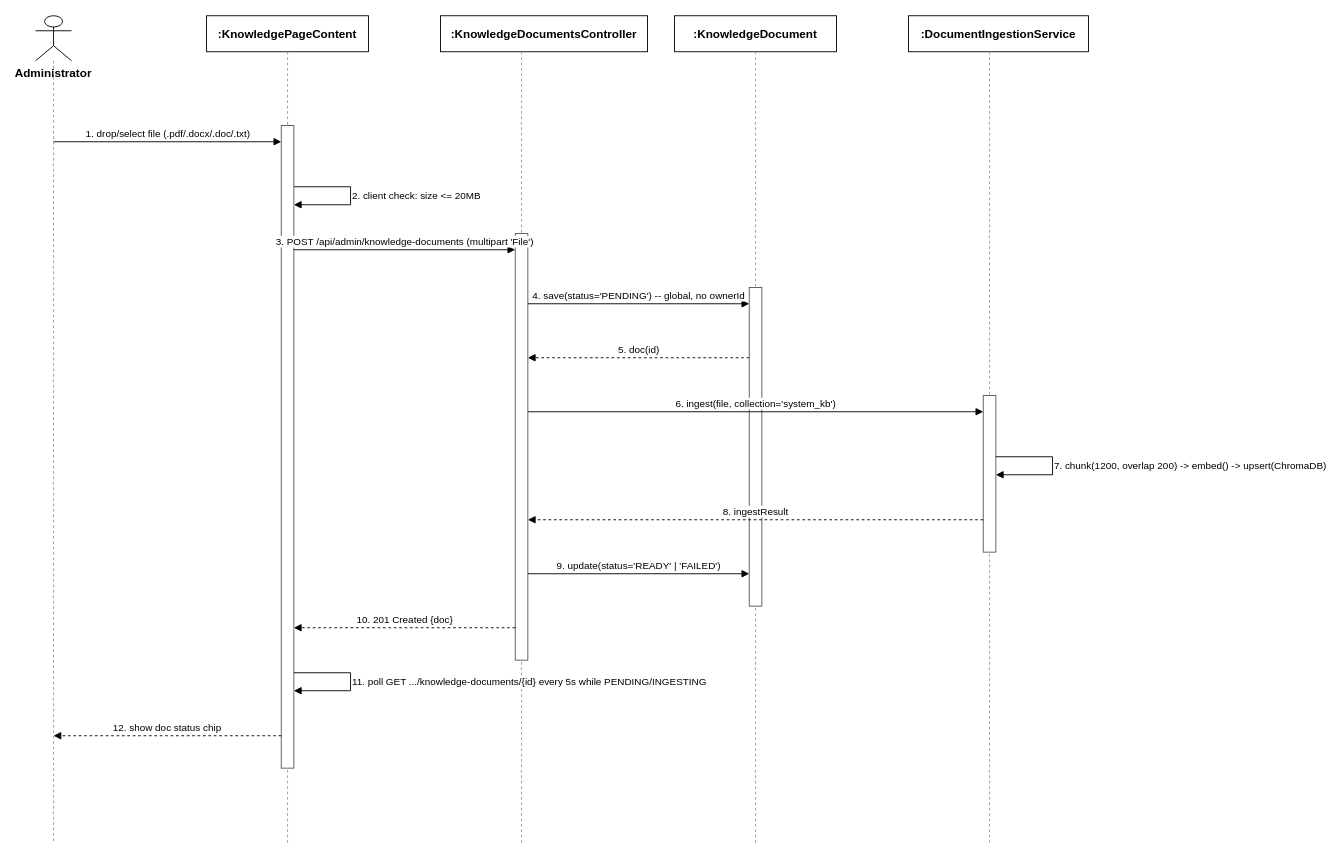
tulklk/AI_Interview_Question_Generation_RAG_LLM_FE keeps this draw.io diagram as docs/qa/SequenceDiagram/07_KnowledgeBaseManagement_UploadIngest_Admin.drawio. Above is the earlier version. Source tidied: cells renumbered, new cells numbered last; positions are measured from the earlier drawing's top-left corner, leaving out a move shared by most shapes. Both pictures are drawn from the tidied source at 90%, with x=0, y=0 at pixel (35, 15).
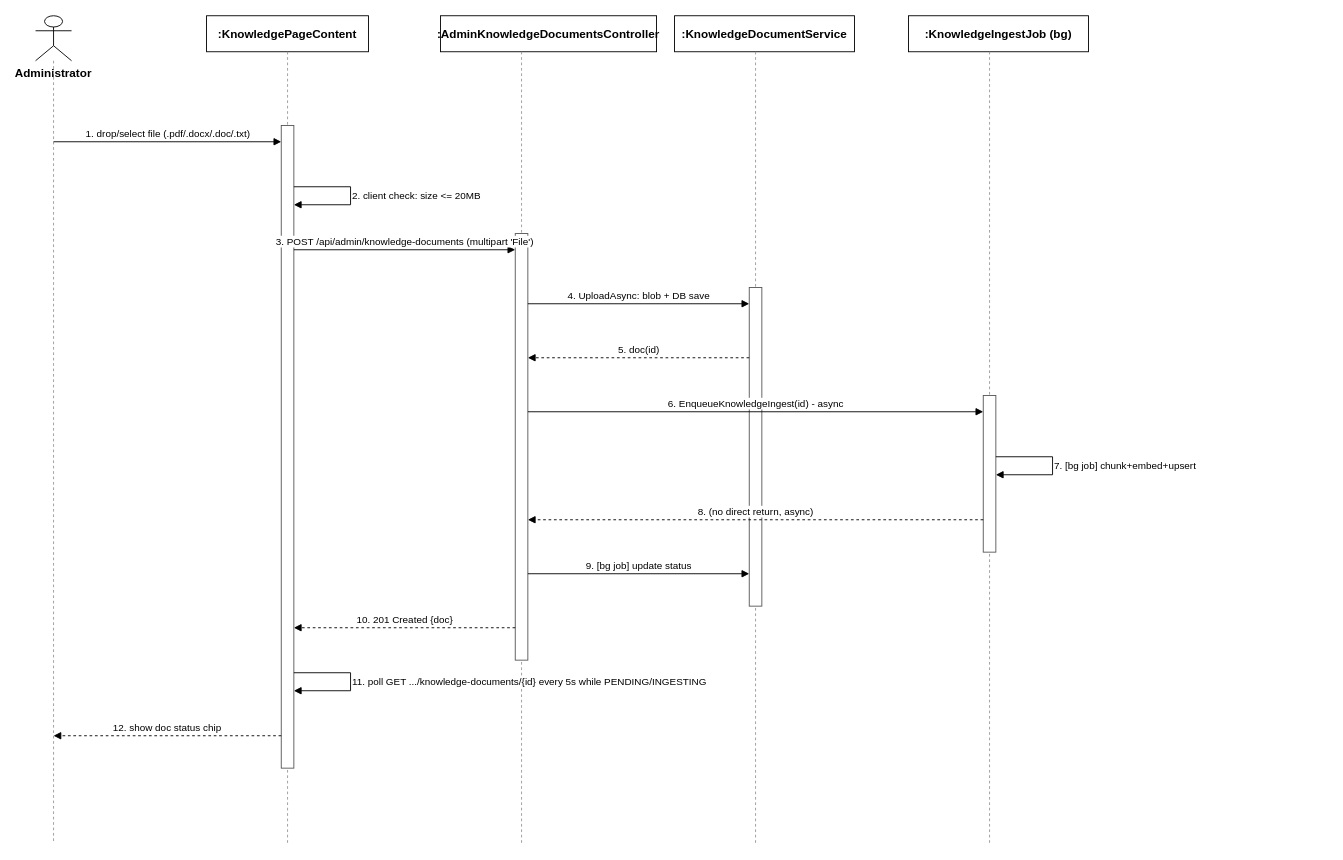
The same page after the edit.

Commit message (it also covers changes not shown here):
docs(qa): correct JD Management and Knowledge Base diagrams against real BE service classes

Diff of the diagram source:
```diff
@@
-    <mxCell id="6" value=":KnowledgeDocumentsController" style="rounded=0;whiteSpace=wrap;html=1;fontSize=13;fillColor=#ffffff;strokeColor=#000000;fontStyle=1;" parent="1" vertex="1">
-      <mxGeometry x="450" width="230" height="40" as="geometry" />
+    <mxCell id="6" value=":AdminKnowledgeDocumentsController" style="rounded=0;whiteSpace=wrap;html=1;fontSize=13;fillColor=#ffffff;strokeColor=#000000;fontStyle=1;" parent="1" vertex="1">
+      <mxGeometry x="450" width="240" height="40" as="geometry" />
     </mxCell>
@@
-    <mxCell id="8" value=":KnowledgeDocument" style="rounded=0;whiteSpace=wrap;html=1;fontSize=13;fillColor=#ffffff;strokeColor=#000000;fontStyle=1;" parent="1" vertex="1">
-      <mxGeometry x="710" width="180" height="40" as="geometry" />
+    <mxCell id="8" value=":KnowledgeDocumentService" style="rounded=0;whiteSpace=wrap;html=1;fontSize=13;fillColor=#ffffff;strokeColor=#000000;fontStyle=1;" parent="1" vertex="1">
+      <mxGeometry x="710" width="200" height="40" as="geometry" />
     </mxCell>
@@
-    <mxCell id="10" value=":DocumentIngestionService" style="rounded=0;whiteSpace=wrap;html=1;fontSize=13;fillColor=#ffffff;strokeColor=#000000;fontStyle=1;" parent="1" vertex="1">
+    <mxCell id="10" value=":KnowledgeIngestJob (bg)" style="rounded=0;whiteSpace=wrap;html=1;fontSize=13;fillColor=#ffffff;strokeColor=#000000;fontStyle=1;" parent="1" vertex="1">
       <mxGeometry x="970" width="200" height="40" as="geometry" />
     </mxCell>
@@
-    <mxCell id="19" value="4. save(status='PENDING')  -- global, no ownerId" style="endArrow=block;endFill=1;html=1;fontSize=11;align=center;verticalAlign=bottom;labelBackgroundColor=#ffffff;strokeColor=#000000;" parent="1" edge="1">
+    <mxCell id="19" value="4. UploadAsync: blob + DB save" style="endArrow=block;endFill=1;html=1;fontSize=11;align=center;verticalAlign=bottom;labelBackgroundColor=#ffffff;strokeColor=#000000;" parent="1" edge="1">
       <mxGeometry relative="1" as="geometry">
         <mxPoint x="547" y="320" as="sourcePoint" />
         <mxPoint x="793" y="320" as="targetPoint" />
       </mxGeometry>
     </mxCell>
@@
-    <mxCell id="21" value="6. ingest(file, collection='system_kb')" style="endArrow=block;endFill=1;html=1;fontSize=11;align=center;verticalAlign=bottom;labelBackgroundColor=#ffffff;strokeColor=#000000;" parent="1" edge="1">
+    <mxCell id="21" value="6. EnqueueKnowledgeIngest(id) - async" style="endArrow=block;endFill=1;html=1;fontSize=11;align=center;verticalAlign=bottom;labelBackgroundColor=#ffffff;strokeColor=#000000;" parent="1" edge="1">
       <mxGeometry relative="1" as="geometry">
         <mxPoint x="547" y="440" as="sourcePoint" />
         <mxPoint x="1053" y="440" as="targetPoint" />
       </mxGeometry>
     </mxCell>
-    <mxCell id="22" value="7. chunk(1200, overlap 200) -&gt; embed() -&gt; upsert(ChromaDB)" style="endArrow=block;endFill=1;html=1;fontSize=11;align=left;verticalAlign=middle;labelBackgroundColor=#ffffff;rounded=0;strokeColor=#000000;" parent="1" edge="1">
+    <mxCell id="22" value="7. [bg job] chunk+embed+upsert" style="endArrow=block;endFill=1;html=1;fontSize=11;align=left;verticalAlign=middle;labelBackgroundColor=#ffffff;rounded=0;strokeColor=#000000;" parent="1" edge="1">
       <mxGeometry relative="1" as="geometry">
         <mxPoint x="1067" y="490" as="sourcePoint" />
         <mxPoint x="1067" y="510" as="targetPoint" />
         <Array as="points">
           <mxPoint x="1130" y="490" />
           <mxPoint x="1130" y="510" />
         </Array>
       </mxGeometry>
     </mxCell>
-    <mxCell id="23" value="8. ingestResult" style="endArrow=block;endFill=1;html=1;dashed=1;fontSize=11;align=center;verticalAlign=bottom;labelBackgroundColor=#ffffff;strokeColor=#000000;" parent="1" edge="1">
+    <mxCell id="23" value="8. (no direct return, async)" style="endArrow=block;endFill=1;html=1;dashed=1;fontSize=11;align=center;verticalAlign=bottom;labelBackgroundColor=#ffffff;strokeColor=#000000;" parent="1" edge="1">
       <mxGeometry relative="1" as="geometry">
         <mxPoint x="1053" y="560" as="sourcePoint" />
         <mxPoint x="547" y="560" as="targetPoint" />
       </mxGeometry>
     </mxCell>
-    <mxCell id="24" value="9. update(status='READY' | 'FAILED')" style="endArrow=block;endFill=1;html=1;fontSize=11;align=center;verticalAlign=bottom;labelBackgroundColor=#ffffff;strokeColor=#000000;" parent="1" edge="1">
+    <mxCell id="24" value="9. [bg job] update status" style="endArrow=block;endFill=1;html=1;fontSize=11;align=center;verticalAlign=bottom;labelBackgroundColor=#ffffff;strokeColor=#000000;" parent="1" edge="1">
       <mxGeometry relative="1" as="geometry">
         <mxPoint x="547" y="620" as="sourcePoint" />
         <mxPoint x="793" y="620" as="targetPoint" />
       </mxGeometry>
     </mxCell>
```
